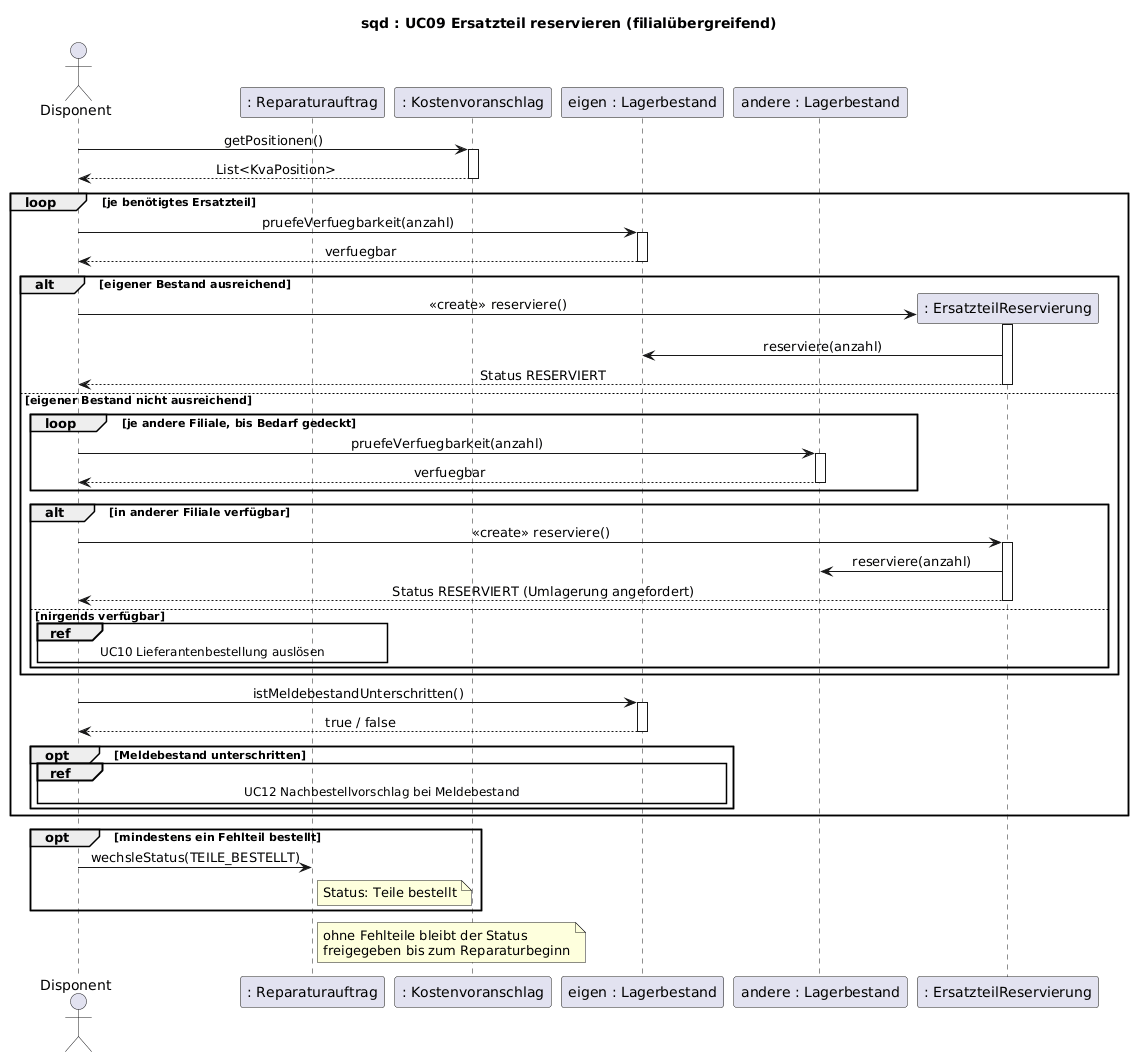
Before: uml/sequenz-03-reservierung.png, a diagram exported from PlantUML (jakobschwan123-cmd/casestudy-semester-3).
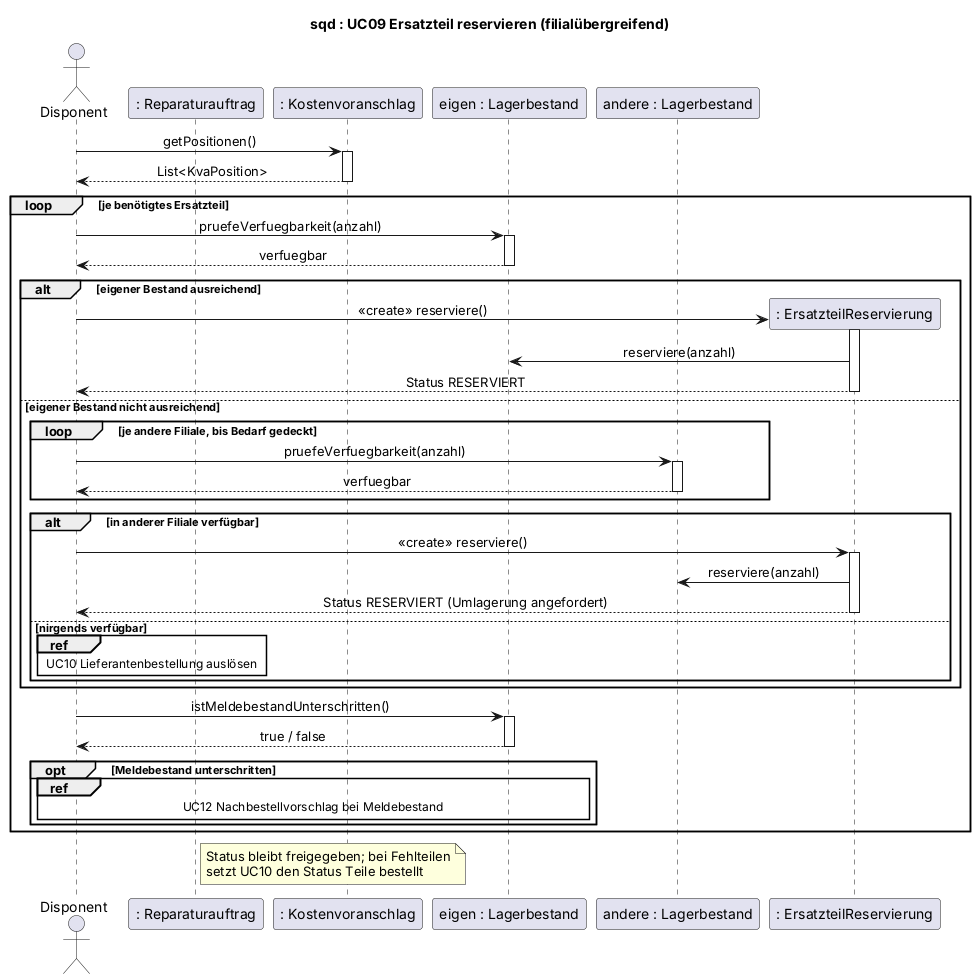
The same diagram one commit later.

Change to the diagram source:
```diff
@@ -51,9 +51,5 @@
         ref over Disponent, LB : UC12 Nachbestellvorschlag bei Meldebestand
     end
 end
-opt mindestens ein Fehlteil bestellt
-    Disponent -> RA : wechsleStatus(TEILE_BESTELLT)
-    note right of RA : Status: Teile bestellt
-end
-note right of RA : ohne Fehlteile bleibt der Status\nfreigegeben bis zum Reparaturbeginn
+note right of RA : Status bleibt freigegeben; bei Fehlteilen\nsetzt UC10 den Status Teile bestellt
 @enduml
```
